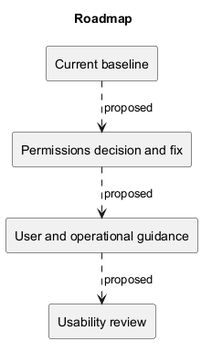
The PlantUML diagram docs/Project-Management/diagrams/roadmap.png in Farhad-Valizadegan/Web-KanbanFlow, before a commit.
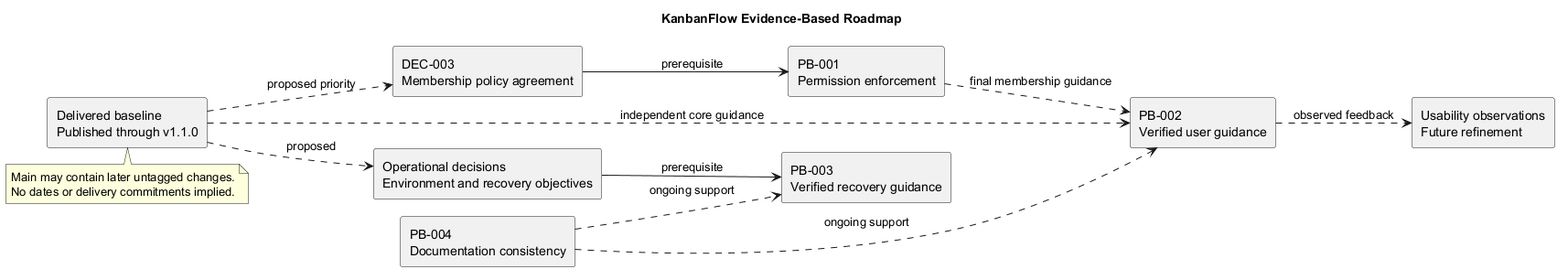
Later version of the same file.

Commit message:
docs: complete roadmap priorities and dependency evidence

Diff of the diagram source:
```diff
@@ -1,11 +1,26 @@
 @startuml
 !pragma layout smetana
-title Roadmap
-rectangle "Current baseline" as B
-rectangle "Permissions decision and fix" as P
-rectangle "User and operational guidance" as G
-rectangle "Usability review" as U
-B ..> P : proposed
-P ..> G : proposed
-G ..> U : proposed
+title KanbanFlow Evidence-Based Roadmap
+left to right direction
+rectangle "Delivered baseline\nPublished through v1.1.0" as B
+rectangle "DEC-003\nMembership policy agreement" as D
+rectangle "PB-001\nPermission enforcement" as P
+rectangle "PB-002\nVerified user guidance" as U
+rectangle "Operational decisions\nEnvironment and recovery objectives" as O
+rectangle "PB-003\nVerified recovery guidance" as R
+rectangle "Usability observations\nFuture refinement" as F
+rectangle "PB-004\nDocumentation consistency" as M
+B ..> D : proposed priority
+D --> P : prerequisite
+P ..> U : final membership guidance
+B ..> U : independent core guidance
+B ..> O : proposed
+O --> R : prerequisite
+U ..> F : observed feedback
+M ..> U : ongoing support
+M ..> R : ongoing support
+note bottom of B
+Main may contain later untagged changes.
+No dates or delivery commitments implied.
+end note
 @enduml
```
